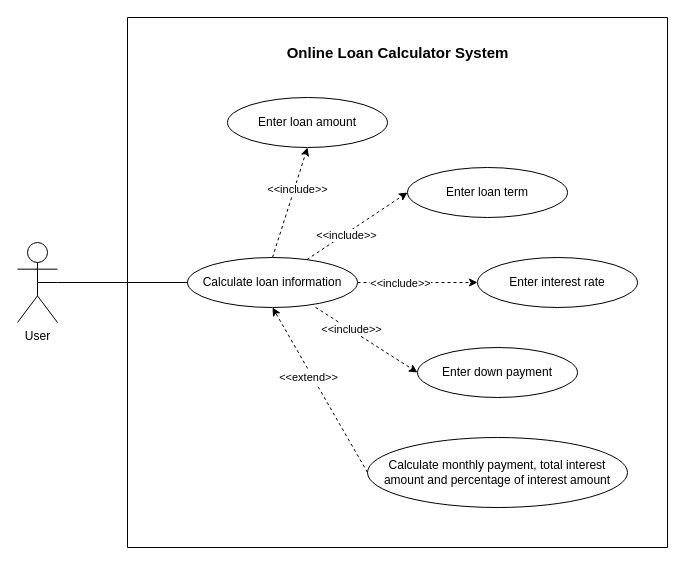
azaimirul/Assignment1 keeps this draw.io diagram as Untitled Diagram.drawio. Above is the earlier version. Source tidied: cells renumbered, new cells numbered last; positions are measured from the earlier drawing's top-left corner, leaving out a move shared by most shapes. Both pictures are drawn from the tidied source at 100%, with x=0, y=0 at pixel (17, 17).
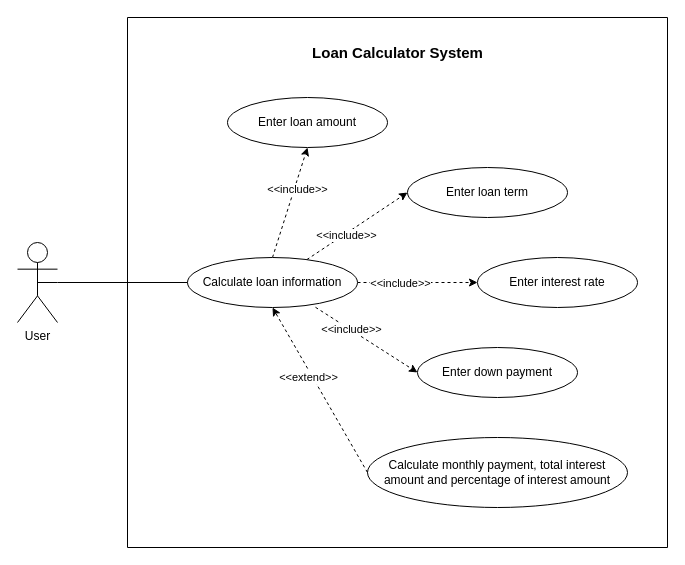
The same diagram, later.

Unchanged cells that the change refers to:
```xml
<mxCell id="2" style="swimlane;startSize=0;" parent="1" vertex="1">
  <mxGeometry x="110" width="540" height="530" as="geometry" />
</mxCell>
```

Diff of the diagram source:
```diff
@@
-    <mxCell id="3" value="&lt;font style=&quot;font-size: 15px;&quot;&gt;&lt;b&gt;Online Loan Calculator System&lt;/b&gt;&lt;/font&gt;" style="text;html=1;align=center;verticalAlign=middle;strokeColor=none;fillColor=none;" parent="2" vertex="1">
-      <mxGeometry x="145" y="20" width="250" height="30" as="geometry" />
+    <mxCell id="3" value="&lt;font style=&quot;font-size: 15px;&quot;&gt;&lt;b&gt;Loan Calculator System&lt;/b&gt;&lt;/font&gt;" style="text;html=1;align=center;verticalAlign=middle;strokeColor=none;fillColor=none;" parent="2" vertex="1">
+      <mxGeometry x="175" y="20" width="190" height="30" as="geometry" />
     </mxCell>
```
